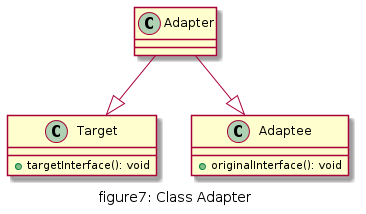
Above: doc/img/figure7_adapter_class.png in daileyet/designpattern4cplusplus (PlantUML), before the change.
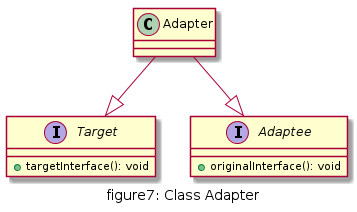
The same file after the commit.

Diff of the diagram source:
```diff
@@ -1,11 +1,12 @@
-@startuml
+@startuml "figure7_adapter_class"
+
 caption figure7: Class Adapter
 
-class Target{
+interface Target{
     + targetInterface(): void
 }
 
-class Adaptee{
+interface Adaptee{
     + originalInterface(): void
 }
 
@@ -15,4 +16,5 @@
 
 Adapter --|> Target
 Adapter --|> Adaptee
+
 @enduml
```
